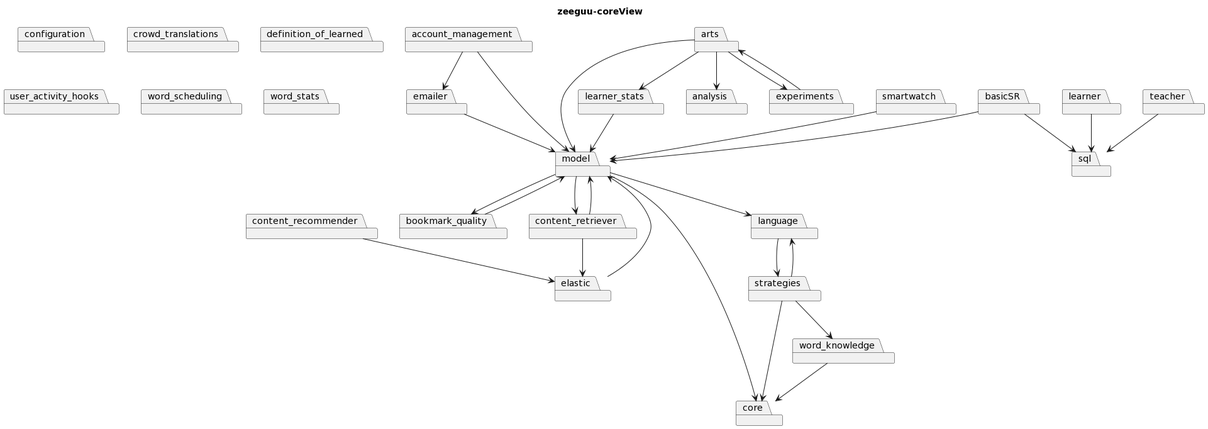
Before: .github/readme/zeeguu-coreView.png, a diagram exported from PlantUML (Perlten/Architectural-Lens).
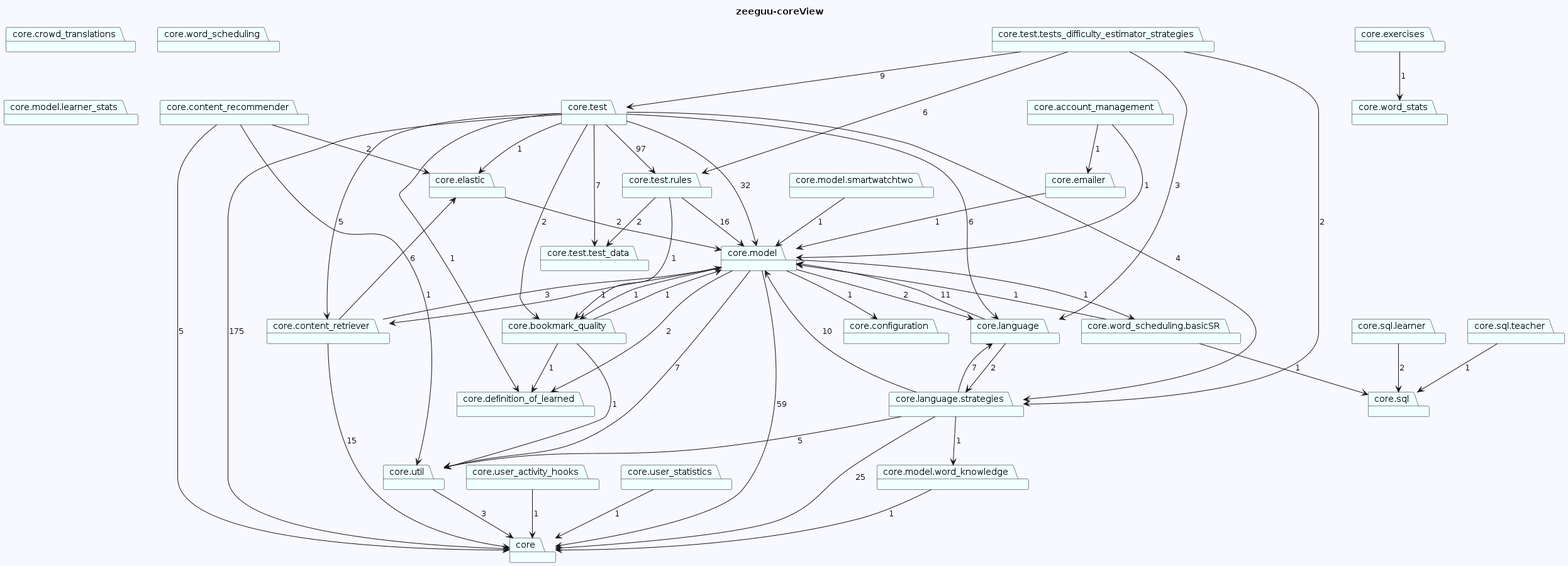
Above is the later version.

Change to the diagram source:
```diff
@@ -1,57 +1,89 @@
 @startuml
+skinparam backgroundColor GhostWhite
 title zeeguu-coreView
-package "core"
-package "account_management"
-package "bookmark_quality"
-package "configuration"
-package "content_recommender"
-package "content_retriever"
-package "crowd_translations"
-package "definition_of_learned"
-package "elastic"
-package "emailer"
-package "language"
-package "model"
-package "sql"
-package "user_activity_hooks"
-package "word_scheduling"
-package "word_stats"
-package "strategies"
-package "learner_stats"
-package "smartwatch"
-package "word_knowledge"
-package "learner"
-package "teacher"
-package "arts"
-package "basicSR"
-package "analysis"
-package "experiments"
-"account_management"-->"emailer"
-"account_management"-->"model"
-"bookmark_quality"-->"model"
-"content_recommender"-->"elastic"
-"content_retriever"-->"model"
-"content_retriever"-->"elastic"
-"elastic"-->"model"
-"emailer"-->"model"
-"language"-->"strategies"
-"model"-->"content_retriever"
-"model"-->"language"
-"model"-->"core"
-"model"-->"bookmark_quality"
-"strategies"-->"word_knowledge"
-"strategies"-->"language"
-"strategies"-->"core"
-"learner_stats"-->"model"
-"smartwatch"-->"model"
-"word_knowledge"-->"core"
-"learner"-->"sql"
-"teacher"-->"sql"
-"arts"-->"model"
-"arts"-->"learner_stats"
-"arts"-->"experiments"
-"arts"-->"analysis"
-"basicSR"-->"sql"
-"basicSR"-->"model"
-"experiments"-->"arts"
+package "core"#Azure
+package "core.account_management"#Azure
+package "core.bookmark_quality"#Azure
+package "core.configuration"#Azure
+package "core.content_recommender"#Azure
+package "core.content_retriever"#Azure
+package "core.crowd_translations"#Azure
+package "core.definition_of_learned"#Azure
+package "core.elastic"#Azure
+package "core.emailer"#Azure
+package "core.exercises"#Azure
+package "core.language"#Azure
+package "core.model"#Azure
+package "core.sql"#Azure
+package "core.test"#Azure
+package "core.user_activity_hooks"#Azure
+package "core.user_statistics"#Azure
+package "core.util"#Azure
+package "core.word_scheduling"#Azure
+package "core.word_stats"#Azure
+package "core.language.strategies"#Azure
+package "core.model.learner_stats"#Azure
+package "core.model.smartwatchtwo"#Azure
+package "core.model.word_knowledge"#Azure
+package "core.sql.learner"#Azure
+package "core.sql.teacher"#Azure
+package "core.test.rules"#Azure
+package "core.test.tests_difficulty_estimator_strategies"#Azure
+package "core.test.test_data"#Azure
+package "core.word_scheduling.basicSR"#Azure
+"core.account_management"-->"core.model": 1
+"core.account_management"-->"core.emailer": 1
+"core.bookmark_quality"-->"core.model": 1
+"core.bookmark_quality"-->"core.definition_of_learned": 1
+"core.bookmark_quality"-->"core.util": 1
+"core.content_recommender"-->"core.elastic": 2
+"core.content_recommender"-->"core": 5
+"core.content_recommender"-->"core.util": 1
+"core.content_retriever"-->"core.model": 3
+"core.content_retriever"-->"core.elastic": 6
+"core.content_retriever"-->"core": 15
+"core.elastic"-->"core.model": 2
+"core.emailer"-->"core.model": 1
+"core.exercises"-->"core.word_stats": 1
+"core.language"-->"core.model": 11
+"core.language"-->"core.language.strategies": 2
+"core.model"-->"core.language": 2
+"core.model"-->"core.util": 7
+"core.model"-->"core.content_retriever": 1
+"core.model"-->"core.word_scheduling.basicSR": 1
+"core.model"-->"core.definition_of_learned": 2
+"core.model"-->"core.bookmark_quality": 1
+"core.model"-->"core": 59
+"core.model"-->"core.configuration": 1
+"core.test"-->"core.elastic": 1
+"core.test"-->"core.language": 6
+"core.test"-->"core.test.test_data": 7
+"core.test"-->"core.content_retriever": 5
+"core.test"-->"core.test.rules": 97
+"core.test"-->"core.definition_of_learned": 1
+"core.test"-->"core.bookmark_quality": 2
+"core.test"-->"core.language.strategies": 4
+"core.test"-->"core": 175
+"core.test"-->"core.model": 32
+"core.user_activity_hooks"-->"core": 1
+"core.user_statistics"-->"core": 1
+"core.util"-->"core": 3
+"core.language.strategies"-->"core.language": 7
+"core.language.strategies"-->"core.util": 5
+"core.language.strategies"-->"core.model.word_knowledge": 1
+"core.language.strategies"-->"core": 25
+"core.language.strategies"-->"core.model": 10
+"core.model.smartwatchtwo"-->"core.model": 1
+"core.model.word_knowledge"-->"core": 1
+"core.sql.learner"-->"core.sql": 2
+"core.sql.teacher"-->"core.sql": 1
+"core.test.rules"-->"core.model": 16
+"core.test.rules"-->"core.bookmark_quality": 1
+"core.test.rules"-->"core.test.test_data": 2
+"core.test.tests_difficulty_estimator_strategies"-->"core.test": 9
+"core.test.tests_difficulty_estimator_strategies"-->"core.test.rules": 6
+"core.test.tests_difficulty_estimator_strategies"-->"core.language.strategies": 2
+"core.test.tests_difficulty_estimator_strategies"-->"core.language": 3
+"core.word_scheduling.basicSR"-->"core.model": 1
+"core.word_scheduling.basicSR"-->"core.sql": 1
 @enduml
```
